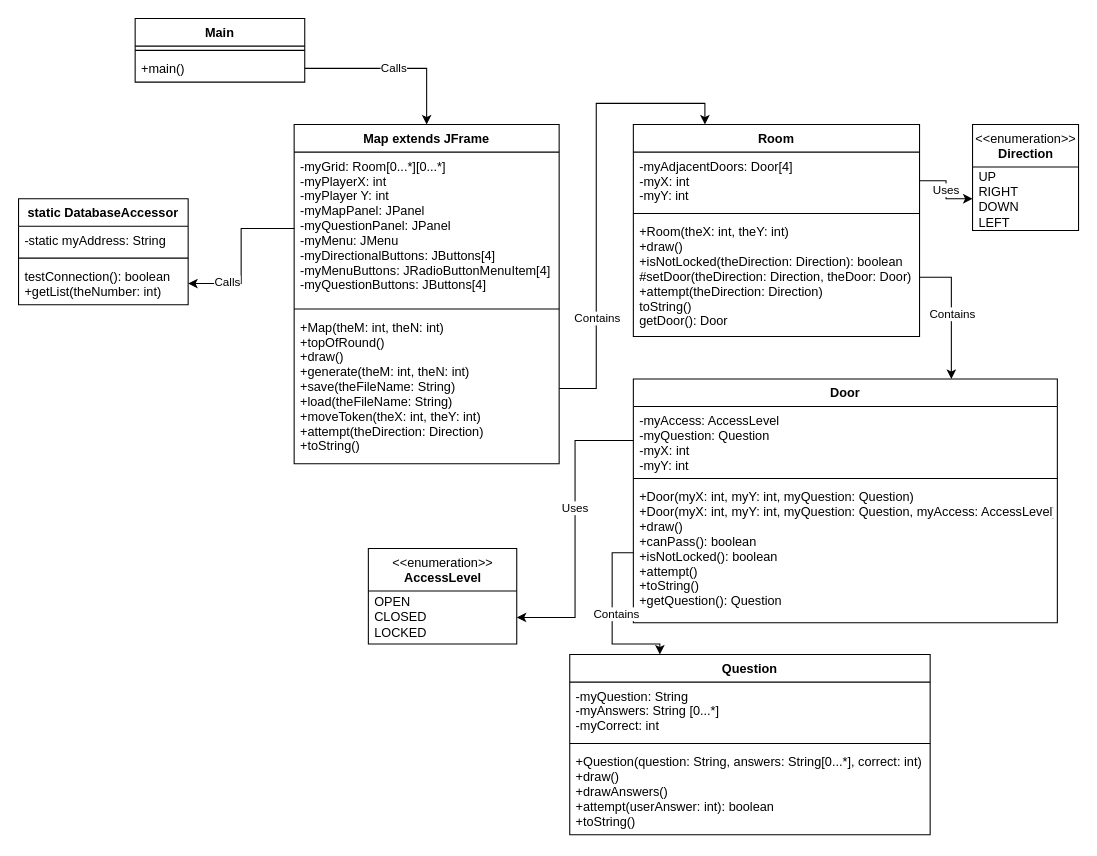
The draw.io diagram page "Map W/ GUI" (1 of 2) of TriviaMazeUML.drawio in mperez68/TriviaMaze, before the edit. Source tidied: cells renumbered, new cells numbered last; positions are measured from the earlier drawing's top-left corner, leaving out a move shared by most shapes. Both pictures are drawn from the tidied source at 106%, with x=0, y=0 at pixel (18, 18).
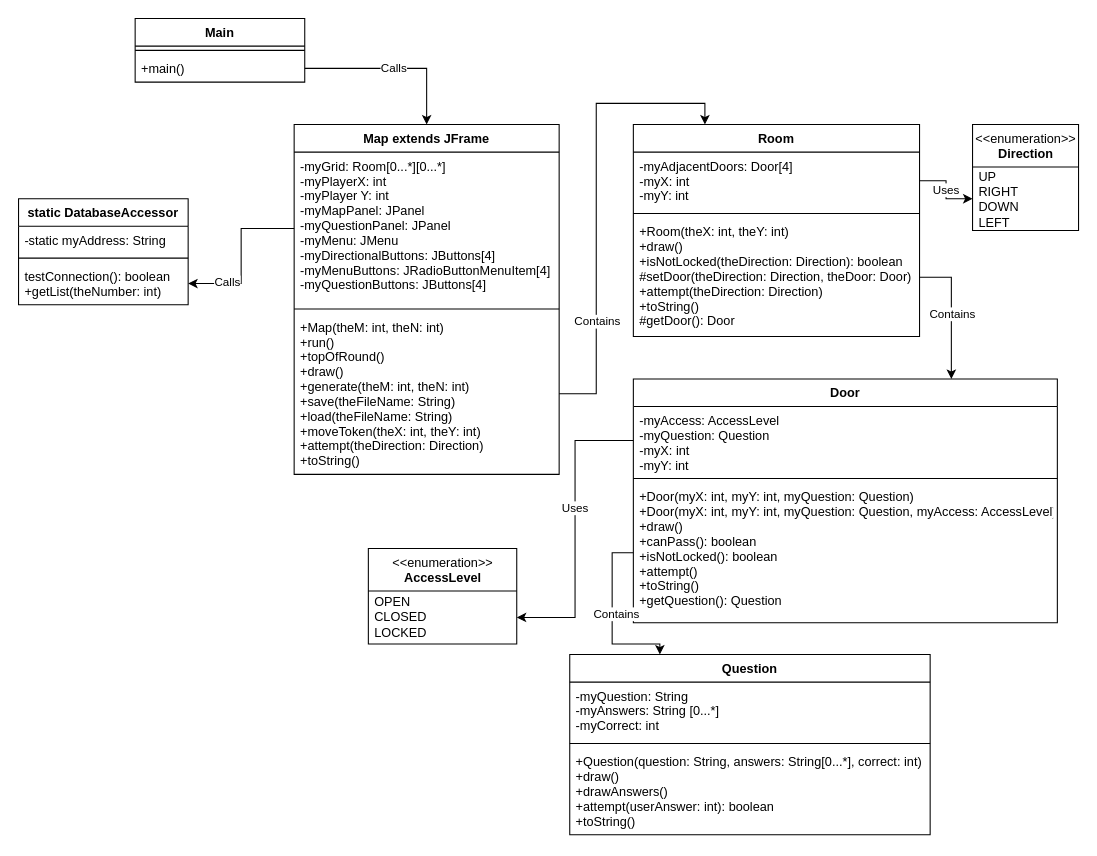
The same diagram, later.

The change refers to these unchanged cells:
```xml
<mxCell id="6" value="Room" style="swimlane;fontStyle=1;align=center;verticalAlign=top;horizontal=1;startSize=26;" parent="1" vertex="1">
  <mxGeometry x="580" y="100" width="270" height="200" as="geometry" />
</mxCell>
```

The edit, as a diff of the source:
```diff
@@
     <mxCell id="2" value="Map extends JFrame" style="swimlane;fontStyle=1;align=center;verticalAlign=top;horizontal=1;startSize=26;" parent="1" vertex="1">
-      <mxGeometry x="260" y="100" width="250" height="320" as="geometry" />
+      <mxGeometry x="260" y="100" width="250" height="330" as="geometry" />
     </mxCell>
@@
-    <mxCell id="5" value="+Map(theM: int, theN: int)&#10;+topOfRound()&#10;+draw()&#10;+generate(theM: int, theN: int)&#10;+save(theFileName: String)&#10;+load(theFileName: String)&#10;+moveToken(theX: int, theY: int)&#10;+attempt(theDirection: Direction)&#10;+toString()" style="text;strokeColor=none;fillColor=none;align=left;verticalAlign=top;spacingLeft=4;spacingRight=4;overflow=hidden;points=[[0,0.5],[1,0.5]];portConstraint=eastwest;" parent="2" vertex="1">
-      <mxGeometry y="178" width="250" height="142" as="geometry" />
+    <mxCell id="5" value="+Map(theM: int, theN: int)&#10;+run()&#10;+topOfRound()&#10;+draw()&#10;+generate(theM: int, theN: int)&#10;+save(theFileName: String)&#10;+load(theFileName: String)&#10;+moveToken(theX: int, theY: int)&#10;+attempt(theDirection: Direction)&#10;+toString()" style="text;strokeColor=none;fillColor=none;align=left;verticalAlign=top;spacingLeft=4;spacingRight=4;overflow=hidden;points=[[0,0.5],[1,0.5]];portConstraint=eastwest;" parent="2" vertex="1">
+      <mxGeometry y="178" width="250" height="152" as="geometry" />
     </mxCell>
@@
-    <mxCell id="9" value="+Room(theX: int, theY: int)&#10;+draw()&#10;+isNotLocked(theDirection: Direction): boolean&#10;#setDoor(theDirection: Direction, theDoor: Door)&#10;+attempt(theDirection: Direction)&#10;toString()&#10;getDoor(): Door" style="text;strokeColor=none;fillColor=none;align=left;verticalAlign=top;spacingLeft=4;spacingRight=4;overflow=hidden;points=[[0,0.5],[1,0.5]];portConstraint=eastwest;" parent="6" vertex="1">
+    <mxCell id="9" value="+Room(theX: int, theY: int)&#10;+draw()&#10;+isNotLocked(theDirection: Direction): boolean&#10;#setDoor(theDirection: Direction, theDoor: Door)&#10;+attempt(theDirection: Direction)&#10;+toString()&#10;#getDoor(): Door" style="text;strokeColor=none;fillColor=none;align=left;verticalAlign=top;spacingLeft=4;spacingRight=4;overflow=hidden;points=[[0,0.5],[1,0.5]];portConstraint=eastwest;" parent="6" vertex="1">
       <mxGeometry y="88" width="270" height="112" as="geometry" />
     </mxCell>
```
